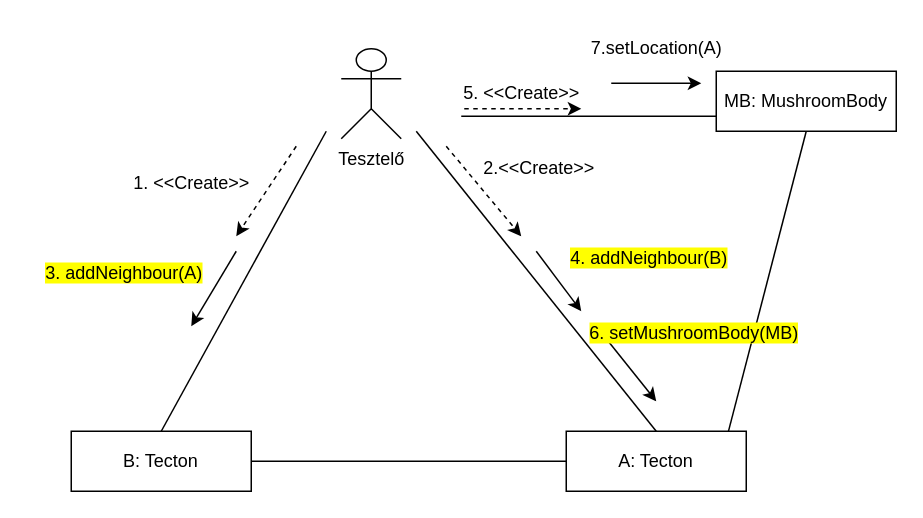
This is page "MGrowFertileKomm" (9 of 14) of 5_szkeleton_terv/BJ Mycelium & MushroomBody Komm&Seq .drawio from koharzsombor/bandITs, a draw.io file, before an edit. Source tidied: cells renumbered, new cells numbered last; positions are measured from the earlier drawing's top-left corner, leaving out a move shared by most shapes. Both pictures are drawn from the tidied source at 150%, with x=0, y=0 at pixel (26, 26).
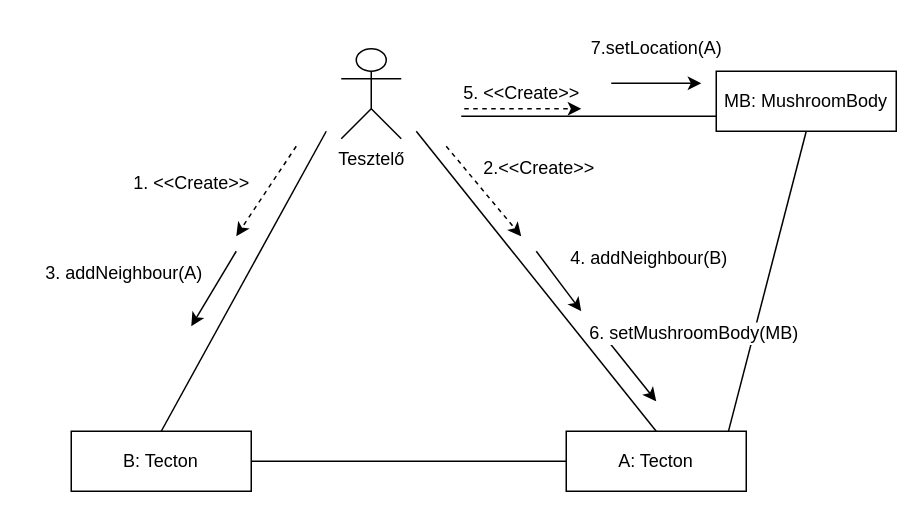
The same page after the edit.

Diff of the diagram source:
```diff
@@
-    <mxCell id="12" value="&lt;span style=&quot;background-color: light-dark(rgb(255, 255, 0), rgb(31, 31, 0));&quot;&gt;3. addNeighbour(A)&lt;/span&gt;" style="text;html=1;align=center;verticalAlign=middle;strokeColor=none;fillColor=none;" parent="1" vertex="1">
+    <mxCell id="12" value="&lt;span style=&quot;&quot;&gt;3. addNeighbour(A)&lt;/span&gt;" style="text;html=1;align=center;verticalAlign=middle;strokeColor=none;fillColor=none;labelBackgroundColor=default;" parent="1" vertex="1">
       <mxGeometry y="150" width="130" height="30" as="geometry" />
     </mxCell>
@@
-    <mxCell id="16" value="&lt;span style=&quot;background-color: light-dark(rgb(255, 255, 0), rgb(237, 237, 237));&quot;&gt;4. addNeighbour(B)&lt;/span&gt;" style="text;html=1;align=center;verticalAlign=middle;strokeColor=none;fillColor=none;" parent="1" vertex="1">
+    <mxCell id="16" value="&lt;span style=&quot;&quot;&gt;4. addNeighbour(B)&lt;/span&gt;" style="text;html=1;align=center;verticalAlign=middle;strokeColor=none;fillColor=none;labelBackgroundColor=default;" parent="1" vertex="1">
       <mxGeometry x="350" y="140" width="130" height="30" as="geometry" />
     </mxCell>
@@
-    <mxCell id="21" value="&lt;span style=&quot;background-color: light-dark(rgb(255, 255, 0), rgb(237, 237, 237));&quot;&gt;6. set&lt;/span&gt;&lt;span style=&quot;background-color: light-dark(rgb(255, 255, 0), rgb(237, 237, 237)); color: light-dark(rgb(0, 0, 0), rgb(255, 255, 255));&quot;&gt;MushroomBody(MB)&lt;/span&gt;" style="text;html=1;align=center;verticalAlign=middle;strokeColor=none;fillColor=none;" parent="1" vertex="1">
+    <mxCell id="21" value="&lt;span style=&quot;&quot;&gt;6. set&lt;/span&gt;&lt;span style=&quot;color: light-dark(rgb(0, 0, 0), rgb(255, 255, 255));&quot;&gt;MushroomBody(MB)&lt;/span&gt;" style="text;html=1;align=center;verticalAlign=middle;strokeColor=none;fillColor=none;labelBackgroundColor=default;" parent="1" vertex="1">
       <mxGeometry x="365" y="190" width="160" height="30" as="geometry" />
     </mxCell>
```
